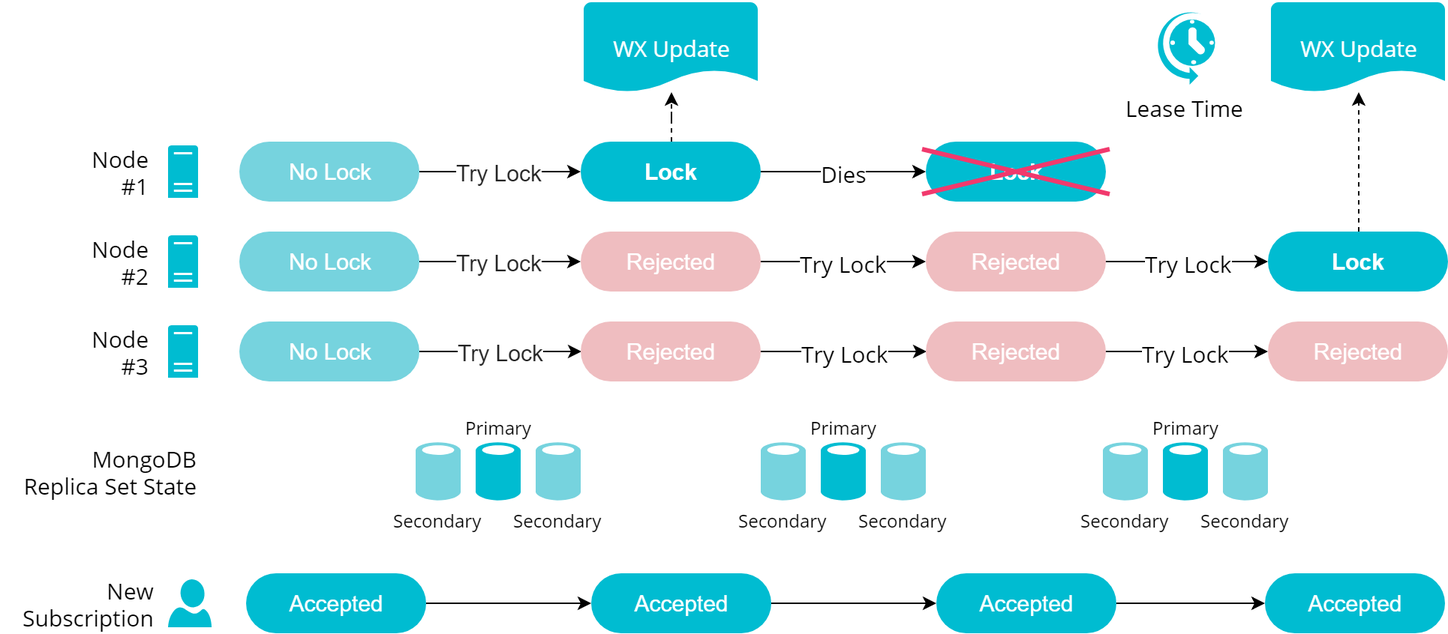
Before: doc/images/cluster_failures/node_failure.png, a diagram exported from draw.io (fvalka/AviatorsBot). Source tidied: cells renumbered, new cells last; positions are measured from the earlier drawing's top-left corner, leaving out a move shared by most shapes. Source of this version:
```xml
<mxGraphModel>
  <root>
    <mxCell id="0" />
    <mxCell id="1" parent="0" />
    <mxCell id="2" value="Node&lt;br&gt;#3&lt;br&gt;" style="shadow=0;dashed=0;html=1;strokeColor=none;fillColor=#00BCD1;labelPosition=left;verticalLabelPosition=middle;verticalAlign=middle;align=right;shape=mxgraph.office.servers.server_generic;fontFamily=Open Sans;fontSize=15;spacingRight=11;" parent="1" vertex="1">
      <mxGeometry x="110.5" y="215.5" width="20" height="35" as="geometry" />
    </mxCell>
    <mxCell id="3" value="Primary" style="shadow=0;dashed=0;html=1;strokeColor=none;labelPosition=center;verticalLabelPosition=top;verticalAlign=bottom;align=center;shape=mxgraph.mscae.enterprise.database_generic;fillColor=#00BCD1;fontSize=12;fontFamily=Open Sans;labelBorderColor=none;labelBackgroundColor=#ffffff;" parent="1" vertex="1">
      <mxGeometry x="315.5" y="293" width="30" height="40" as="geometry" />
    </mxCell>
    <mxCell id="4" style="edgeStyle=orthogonalEdgeStyle;rounded=0;jettySize=auto;html=1;entryX=0;entryY=0.5;entryDx=0;entryDy=0;fontSize=12;fontColor=#FFFFFF;" parent="1" edge="1" source="6" target="26">
      <mxGeometry relative="1" as="geometry" />
    </mxCell>
    <mxCell id="5" value="Try Lock" style="text;html=1;align=center;verticalAlign=middle;labelBackgroundColor=#ffffff;fontSize=15;fontColor=#242424;direction=south;" parent="4" vertex="1">
      <mxGeometry x="0.23" y="-3" relative="1" as="geometry">
        <mxPoint x="-12.4" y="-3" as="offset" />
      </mxGeometry>
    </mxCell>
    <mxCell id="6" value="No Lock" style="rounded=1;whiteSpace=wrap;html=1;fillColor=#76D3DE;strokeColor=none;fontSize=15;fontColor=#FFFFFF;arcSize=50;" parent="1" vertex="1">
      <mxGeometry x="158" y="213" width="120" height="40" as="geometry" />
    </mxCell>
    <mxCell id="7" value="Secondary" style="shadow=0;dashed=0;html=1;strokeColor=none;labelPosition=center;verticalLabelPosition=bottom;verticalAlign=top;align=center;shape=mxgraph.mscae.enterprise.database_generic;fillColor=#76D3DE;fontSize=12;fontFamily=Open Sans;" parent="1" vertex="1">
      <mxGeometry x="355.5" y="293" width="30" height="40" as="geometry" />
    </mxCell>
    <mxCell id="8" value="Secondary" style="shadow=0;dashed=0;html=1;strokeColor=none;labelPosition=center;verticalLabelPosition=bottom;verticalAlign=top;align=center;shape=mxgraph.mscae.enterprise.database_generic;fillColor=#76D3DE;fontSize=12;fontFamily=Open Sans;" parent="1" vertex="1">
      <mxGeometry x="275.5" y="293" width="30" height="40" as="geometry" />
    </mxCell>
    <mxCell id="9" value="Node&lt;br&gt;#2&lt;br&gt;" style="shadow=0;dashed=0;html=1;strokeColor=none;fillColor=#00BCD1;labelPosition=left;verticalLabelPosition=middle;verticalAlign=middle;align=right;shape=mxgraph.office.servers.server_generic;fontFamily=Open Sans;fontSize=15;spacingRight=11;" parent="1" vertex="1">
      <mxGeometry x="110.5" y="155.5" width="20" height="35" as="geometry" />
    </mxCell>
    <mxCell id="10" style="edgeStyle=orthogonalEdgeStyle;rounded=0;jettySize=auto;html=1;fontSize=12;fontColor=#FFFFFF;" parent="1" edge="1" source="12" target="23">
      <mxGeometry relative="1" as="geometry" />
    </mxCell>
    <mxCell id="11" value="Try Lock" style="text;html=1;align=center;verticalAlign=middle;labelBackgroundColor=#ffffff;fontSize=15;fontColor=#242424;" parent="10" vertex="1">
      <mxGeometry x="0.17" y="-1" relative="1" as="geometry">
        <mxPoint x="-10.5" y="-1" as="offset" />
      </mxGeometry>
    </mxCell>
    <mxCell id="12" value="No Lock" style="rounded=1;whiteSpace=wrap;html=1;fillColor=#76D3DE;strokeColor=none;fontSize=15;fontColor=#FFFFFF;arcSize=50;" parent="1" vertex="1">
      <mxGeometry x="158" y="153" width="120" height="40" as="geometry" />
    </mxCell>
    <mxCell id="13" value="Node&lt;br&gt;#1&lt;br&gt;" style="shadow=0;dashed=0;html=1;strokeColor=none;fillColor=#00BCD1;labelPosition=left;verticalLabelPosition=middle;verticalAlign=middle;align=right;shape=mxgraph.office.servers.server_generic;fontFamily=Open Sans;fontSize=15;spacingRight=11;" parent="1" vertex="1">
      <mxGeometry x="110.5" y="95.5" width="20" height="35" as="geometry" />
    </mxCell>
    <mxCell id="14" style="edgeStyle=orthogonalEdgeStyle;rounded=0;jettySize=auto;html=1;fontSize=15;fontColor=#242424;" parent="1" edge="1" source="16" target="20">
      <mxGeometry relative="1" as="geometry" />
    </mxCell>
    <mxCell id="15" value="Try Lock" style="text;html=1;align=center;verticalAlign=middle;labelBackgroundColor=#ffffff;fontSize=15;fontColor=#242424;" parent="14" vertex="1">
      <mxGeometry x="0.15" relative="1" as="geometry">
        <mxPoint x="-9.4" as="offset" />
      </mxGeometry>
    </mxCell>
    <mxCell id="16" value="No Lock" style="rounded=1;whiteSpace=wrap;html=1;fillColor=#76D3DE;strokeColor=none;fontSize=15;fontColor=#FFFFFF;arcSize=50;" parent="1" vertex="1">
      <mxGeometry x="158" y="93" width="120" height="40" as="geometry" />
    </mxCell>
    <mxCell id="17" style="edgeStyle=orthogonalEdgeStyle;rounded=0;jettySize=auto;html=1;fontFamily=Open Sans;fontSize=15;fontColor=#FFFFFF;dashed=1;" parent="1" edge="1" source="20" target="27">
      <mxGeometry relative="1" as="geometry" />
    </mxCell>
    <mxCell id="18" style="edgeStyle=orthogonalEdgeStyle;rounded=0;jettySize=auto;html=1;fontFamily=Open Sans;fontSize=15;fontColor=#FFFFFF;verticalAlign=middle;align=center;" parent="1" edge="1" source="20" target="34">
      <mxGeometry relative="1" as="geometry" />
    </mxCell>
    <mxCell id="19" value="Dies" style="text;html=1;align=center;verticalAlign=middle;labelBackgroundColor=#ffffff;fontSize=15;fontFamily=Open Sans;fontColor=#000000;" parent="18" vertex="1">
      <mxGeometry x="0.16" y="1" relative="1" as="geometry">
        <mxPoint x="-9" y="1" as="offset" />
      </mxGeometry>
    </mxCell>
    <mxCell id="20" value="Lock" style="rounded=1;whiteSpace=wrap;html=1;fillColor=#00BCD1;strokeColor=none;fontSize=15;fontColor=#FFFFFF;arcSize=50;fontStyle=1;" parent="1" vertex="1">
      <mxGeometry x="385.5" y="93" width="120" height="40" as="geometry" />
    </mxCell>
    <mxCell id="21" style="edgeStyle=orthogonalEdgeStyle;rounded=0;jettySize=auto;html=1;fontFamily=Open Sans;fontSize=15;fontColor=#000000;align=center;" parent="1" edge="1" source="23" target="33">
      <mxGeometry relative="1" as="geometry" />
    </mxCell>
    <mxCell id="22" value="Try Lock" style="text;html=1;align=center;verticalAlign=middle;labelBackgroundColor=#ffffff;fontSize=15;fontFamily=Open Sans;fontColor=#000000;" parent="21" vertex="1">
      <mxGeometry x="0.11" y="2" relative="1" as="geometry">
        <mxPoint x="-6" y="2" as="offset" />
      </mxGeometry>
    </mxCell>
    <mxCell id="23" value="Rejected" style="rounded=1;whiteSpace=wrap;html=1;fillColor=#EFBDC0;strokeColor=none;fontSize=15;fontColor=#FFFFFF;arcSize=50;" parent="1" vertex="1">
      <mxGeometry x="385.5" y="153" width="120" height="40" as="geometry" />
    </mxCell>
    <mxCell id="24" style="edgeStyle=orthogonalEdgeStyle;rounded=0;jettySize=auto;html=1;entryX=0;entryY=0.5;entryDx=0;entryDy=0;fontFamily=Open Sans;fontSize=15;fontColor=#000000;align=center;" parent="1" edge="1" source="26" target="30">
      <mxGeometry relative="1" as="geometry" />
    </mxCell>
    <mxCell id="25" value="Try Lock" style="text;html=1;align=center;verticalAlign=middle;labelBackgroundColor=#ffffff;fontSize=15;fontFamily=Open Sans;fontColor=#000000;" parent="24" vertex="1">
      <mxGeometry x="0.37" y="1" relative="1" as="geometry">
        <mxPoint x="-20.5" y="1" as="offset" />
      </mxGeometry>
    </mxCell>
    <mxCell id="26" value="Rejected" style="rounded=1;whiteSpace=wrap;html=1;fillColor=#EFBDC0;strokeColor=none;fontSize=15;fontColor=#FFFFFF;arcSize=50;" parent="1" vertex="1">
      <mxGeometry x="385.5" y="213" width="120" height="40" as="geometry" />
    </mxCell>
    <mxCell id="27" value="&lt;div style=&quot;text-align: center&quot;&gt;&lt;span&gt;WX Update&lt;/span&gt;&lt;/div&gt;" style="strokeWidth=2;html=1;shape=mxgraph.flowchart.document2;whiteSpace=wrap;size=0.25;shadow=0;labelBackgroundColor=none;fillColor=#00BCD1;fontSize=15;fontColor=#FFFFFF;align=center;strokeColor=none;fontFamily=Open Sans;verticalAlign=middle;horizontal=1;spacing=2;" parent="1" vertex="1">
      <mxGeometry x="387.5" width="116" height="60" as="geometry" />
    </mxCell>
    <mxCell id="28" style="edgeStyle=orthogonalEdgeStyle;rounded=0;jettySize=auto;html=1;fontFamily=Open Sans;fontSize=15;fontColor=#000000;align=center;" parent="1" edge="1" source="30" target="49">
      <mxGeometry relative="1" as="geometry" />
    </mxCell>
    <mxCell id="29" value="Try Lock" style="text;html=1;align=center;verticalAlign=middle;labelBackgroundColor=#ffffff;fontSize=15;fontFamily=Open Sans;fontColor=#000000;" parent="28" vertex="1">
      <mxGeometry x="0.3" y="-1" relative="1" as="geometry">
        <mxPoint x="-17" y="-1" as="offset" />
      </mxGeometry>
    </mxCell>
    <mxCell id="30" value="Rejected" style="rounded=1;whiteSpace=wrap;html=1;fillColor=#EFBDC0;strokeColor=none;fontSize=15;fontColor=#FFFFFF;arcSize=50;" parent="1" vertex="1">
      <mxGeometry x="615.5" y="213" width="120" height="40" as="geometry" />
    </mxCell>
    <mxCell id="31" style="edgeStyle=orthogonalEdgeStyle;rounded=0;jettySize=auto;html=1;fontFamily=Open Sans;fontSize=15;fontColor=#000000;align=center;" parent="1" edge="1" source="33" target="50">
      <mxGeometry relative="1" as="geometry" />
    </mxCell>
    <mxCell id="32" value="Try Lock" style="text;html=1;align=center;verticalAlign=middle;labelBackgroundColor=#ffffff;fontSize=15;fontFamily=Open Sans;fontColor=#000000;direction=south;" parent="31" vertex="1">
      <mxGeometry x="0.14" y="1" relative="1" as="geometry">
        <mxPoint x="-7.5" y="1" as="offset" />
      </mxGeometry>
    </mxCell>
    <mxCell id="33" value="Rejected" style="rounded=1;whiteSpace=wrap;html=1;fillColor=#EFBDC0;strokeColor=none;fontSize=15;fontColor=#FFFFFF;arcSize=50;" parent="1" vertex="1">
      <mxGeometry x="615.5" y="153" width="120" height="40" as="geometry" />
    </mxCell>
    <mxCell id="34" value="Lock" style="rounded=1;whiteSpace=wrap;html=1;fillColor=#00BCD1;strokeColor=none;fontSize=15;fontColor=#FFFFFF;arcSize=50;fontStyle=1;" parent="1" vertex="1">
      <mxGeometry x="615.5" y="93" width="120" height="40" as="geometry" />
    </mxCell>
    <mxCell id="35" value="Primary" style="shadow=0;dashed=0;html=1;strokeColor=none;labelPosition=center;verticalLabelPosition=top;verticalAlign=bottom;align=center;shape=mxgraph.mscae.enterprise.database_generic;fillColor=#00BCD1;fontSize=12;fontFamily=Open Sans;labelBorderColor=none;labelBackgroundColor=#ffffff;" parent="1" vertex="1">
      <mxGeometry x="545.5" y="293" width="30" height="40" as="geometry" />
    </mxCell>
    <mxCell id="36" value="Secondary" style="shadow=0;dashed=0;html=1;strokeColor=none;labelPosition=center;verticalLabelPosition=bottom;verticalAlign=top;align=center;shape=mxgraph.mscae.enterprise.database_generic;fillColor=#76D3DE;fontSize=12;fontFamily=Open Sans;" parent="1" vertex="1">
      <mxGeometry x="585.5" y="293" width="30" height="40" as="geometry" />
    </mxCell>
    <mxCell id="37" value="Secondary" style="shadow=0;dashed=0;html=1;strokeColor=none;labelPosition=center;verticalLabelPosition=bottom;verticalAlign=top;align=center;shape=mxgraph.mscae.enterprise.database_generic;fillColor=#76D3DE;fontSize=12;fontFamily=Open Sans;" parent="1" vertex="1">
      <mxGeometry x="505.5" y="293" width="30" height="40" as="geometry" />
    </mxCell>
    <mxCell id="38" value="New&lt;br&gt;Subscription&lt;br&gt;" style="verticalLabelPosition=middle;html=1;verticalAlign=middle;align=right;strokeColor=none;fillColor=#00BCD1;shape=mxgraph.azure.user;shadow=0;labelBackgroundColor=#ffffff;fontFamily=Open Sans;fontSize=15;fontColor=#000000;labelPosition=left;spacingRight=7;" parent="1" vertex="1">
      <mxGeometry x="110.5" y="385" width="29" height="32" as="geometry" />
    </mxCell>
    <mxCell id="39" style="edgeStyle=orthogonalEdgeStyle;rounded=0;jettySize=auto;html=1;fontFamily=Open Sans;fontSize=15;fontColor=#000000;align=center;" parent="1" edge="1" source="40" target="42">
      <mxGeometry relative="1" as="geometry" />
    </mxCell>
    <mxCell id="40" value="Accepted" style="rounded=1;whiteSpace=wrap;html=1;fillColor=#00BCD1;strokeColor=none;fontSize=15;fontColor=#FFFFFF;arcSize=50;" parent="1" vertex="1">
      <mxGeometry x="162.5" y="381" width="120" height="40" as="geometry" />
    </mxCell>
    <mxCell id="41" style="edgeStyle=orthogonalEdgeStyle;rounded=0;jettySize=auto;html=1;fontFamily=Open Sans;fontSize=15;fontColor=#000000;align=center;" parent="1" edge="1" source="42" target="44">
      <mxGeometry relative="1" as="geometry" />
    </mxCell>
    <mxCell id="42" value="Accepted" style="rounded=1;whiteSpace=wrap;html=1;fillColor=#00BCD1;strokeColor=none;fontSize=15;fontColor=#FFFFFF;arcSize=50;" parent="1" vertex="1">
      <mxGeometry x="392.5" y="381" width="120" height="40" as="geometry" />
    </mxCell>
    <mxCell id="43" style="edgeStyle=orthogonalEdgeStyle;rounded=0;jettySize=auto;html=1;fontFamily=Open Sans;fontSize=15;fontColor=#000000;align=center;" parent="1" edge="1" source="44" target="53">
      <mxGeometry relative="1" as="geometry" />
    </mxCell>
    <mxCell id="44" value="Accepted" style="rounded=1;whiteSpace=wrap;html=1;fillColor=#00BCD1;strokeColor=none;fontSize=15;fontColor=#FFFFFF;arcSize=50;" parent="1" vertex="1">
      <mxGeometry x="622.5" y="381" width="120" height="40" as="geometry" />
    </mxCell>
    <mxCell id="45" value="MongoDB&lt;br&gt;Replica Set State&lt;br&gt;" style="text;html=1;strokeColor=none;fillColor=none;align=right;verticalAlign=middle;whiteSpace=wrap;rounded=0;shadow=0;labelBackgroundColor=#ffffff;fontFamily=Open Sans;fontSize=15;fontColor=#000000;" parent="1" vertex="1">
      <mxGeometry x="-0.5" y="303" width="131" height="20" as="geometry" />
    </mxCell>
    <mxCell id="46" value="Secondary" style="shadow=0;dashed=0;html=1;strokeColor=none;labelPosition=center;verticalLabelPosition=bottom;verticalAlign=top;align=center;shape=mxgraph.mscae.enterprise.database_generic;fillColor=#76D3DE;fontSize=12;fontFamily=Open Sans;" parent="1" vertex="1">
      <mxGeometry x="813.5" y="293" width="30" height="40" as="geometry" />
    </mxCell>
    <mxCell id="47" value="Primary" style="shadow=0;dashed=0;html=1;strokeColor=none;labelPosition=center;verticalLabelPosition=top;verticalAlign=bottom;align=center;shape=mxgraph.mscae.enterprise.database_generic;fillColor=#00BCD1;fontSize=12;fontFamily=Open Sans;labelBorderColor=none;labelBackgroundColor=#ffffff;" parent="1" vertex="1">
      <mxGeometry x="773.5" y="293" width="30" height="40" as="geometry" />
    </mxCell>
    <mxCell id="48" value="Secondary" style="shadow=0;dashed=0;html=1;strokeColor=none;labelPosition=center;verticalLabelPosition=bottom;verticalAlign=top;align=center;shape=mxgraph.mscae.enterprise.database_generic;fillColor=#76D3DE;fontSize=12;fontFamily=Open Sans;" parent="1" vertex="1">
      <mxGeometry x="733.5" y="293" width="30" height="40" as="geometry" />
    </mxCell>
    <mxCell id="49" value="Rejected" style="rounded=1;whiteSpace=wrap;html=1;fillColor=#EFBDC0;strokeColor=none;fontSize=15;fontColor=#FFFFFF;arcSize=50;" parent="1" vertex="1">
      <mxGeometry x="843.5" y="213" width="120" height="40" as="geometry" />
    </mxCell>
    <mxCell id="50" value="Lock" style="rounded=1;whiteSpace=wrap;html=1;fillColor=#00BCD1;strokeColor=none;fontSize=15;fontColor=#FFFFFF;arcSize=50;fontStyle=1;" parent="1" vertex="1">
      <mxGeometry x="843.5" y="153" width="120" height="40" as="geometry" />
    </mxCell>
    <mxCell id="51" style="edgeStyle=orthogonalEdgeStyle;rounded=0;jettySize=auto;html=1;fontFamily=Open Sans;fontSize=15;fontColor=#FFFFFF;dashed=1;exitX=0.5;exitY=0;exitDx=0;exitDy=0;" parent="1" edge="1" source="50" target="52">
      <mxGeometry relative="1" as="geometry" />
    </mxCell>
    <mxCell id="52" value="&lt;div style=&quot;text-align: center&quot;&gt;&lt;span&gt;WX Update&lt;/span&gt;&lt;/div&gt;" style="strokeWidth=2;html=1;shape=mxgraph.flowchart.document2;whiteSpace=wrap;size=0.25;shadow=0;labelBackgroundColor=none;fillColor=#00BCD1;fontSize=15;fontColor=#FFFFFF;align=center;strokeColor=none;fontFamily=Open Sans;verticalAlign=middle;horizontal=1;spacing=2;" parent="1" vertex="1">
      <mxGeometry x="845.5" width="116" height="60" as="geometry" />
    </mxCell>
    <mxCell id="53" value="Accepted" style="rounded=1;whiteSpace=wrap;html=1;fillColor=#00BCD1;strokeColor=none;fontSize=15;fontColor=#FFFFFF;arcSize=50;" parent="1" vertex="1">
      <mxGeometry x="841.5" y="381" width="120" height="40" as="geometry" />
    </mxCell>
    <mxCell id="54" style="shape=umlDestroy;whiteSpace=wrap;html=1;strokeWidth=3;shadow=0;labelBackgroundColor=#ffffff;fillColor=#ffffff;fontFamily=Open Sans;fontSize=15;fontColor=#000000;align=center;strokeColor=#F1396D;" parent="1" vertex="1">
      <mxGeometry x="613" y="98" width="125" height="30" as="geometry" />
    </mxCell>
    <mxCell id="55" value="Lease Time" style="verticalLabelPosition=bottom;html=1;verticalAlign=top;align=center;strokeColor=none;fillColor=#00BCD1;shape=mxgraph.azure.scheduler;shadow=0;labelBackgroundColor=#ffffff;fontFamily=Open Sans;fontSize=15;fontColor=#000000;" parent="1" vertex="1">
      <mxGeometry x="768.5" y="5" width="40" height="50" as="geometry" />
    </mxCell>
  </root>
</mxGraphModel>
```
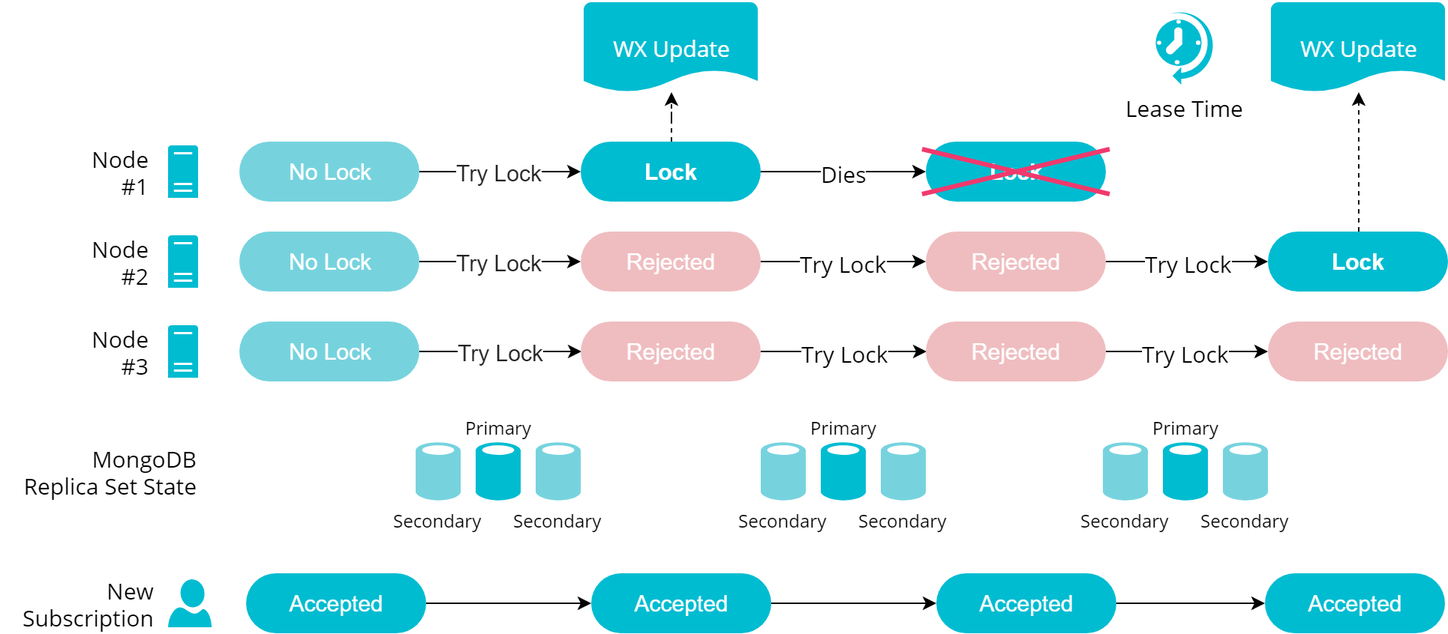
Later version of the same file.

Commit message:
Fixed clock pointing in the wrong direction

Diff of the diagram source:
```diff
@@ -177,7 +177,7 @@
     <mxCell id="54" style="shape=umlDestroy;whiteSpace=wrap;html=1;strokeWidth=3;shadow=0;labelBackgroundColor=#ffffff;fillColor=#ffffff;fontFamily=Open Sans;fontSize=15;fontColor=#000000;align=center;strokeColor=#F1396D;" parent="1" vertex="1">
       <mxGeometry x="613" y="98" width="125" height="30" as="geometry" />
     </mxCell>
-    <mxCell id="55" value="Lease Time" style="verticalLabelPosition=bottom;html=1;verticalAlign=top;align=center;strokeColor=none;fillColor=#00BCD1;shape=mxgraph.azure.scheduler;shadow=0;labelBackgroundColor=#ffffff;fontFamily=Open Sans;fontSize=15;fontColor=#000000;" parent="1" vertex="1">
+    <mxCell id="55" value="Lease Time" style="verticalLabelPosition=bottom;html=1;verticalAlign=top;align=center;strokeColor=none;fillColor=#00BCD1;shape=mxgraph.azure.scheduler;shadow=0;labelBackgroundColor=#ffffff;fontFamily=Open Sans;fontSize=15;fontColor=#000000;flipH=1;" parent="1" vertex="1">
       <mxGeometry x="768.5" y="5" width="40" height="50" as="geometry" />
     </mxCell>
   </root>
```
